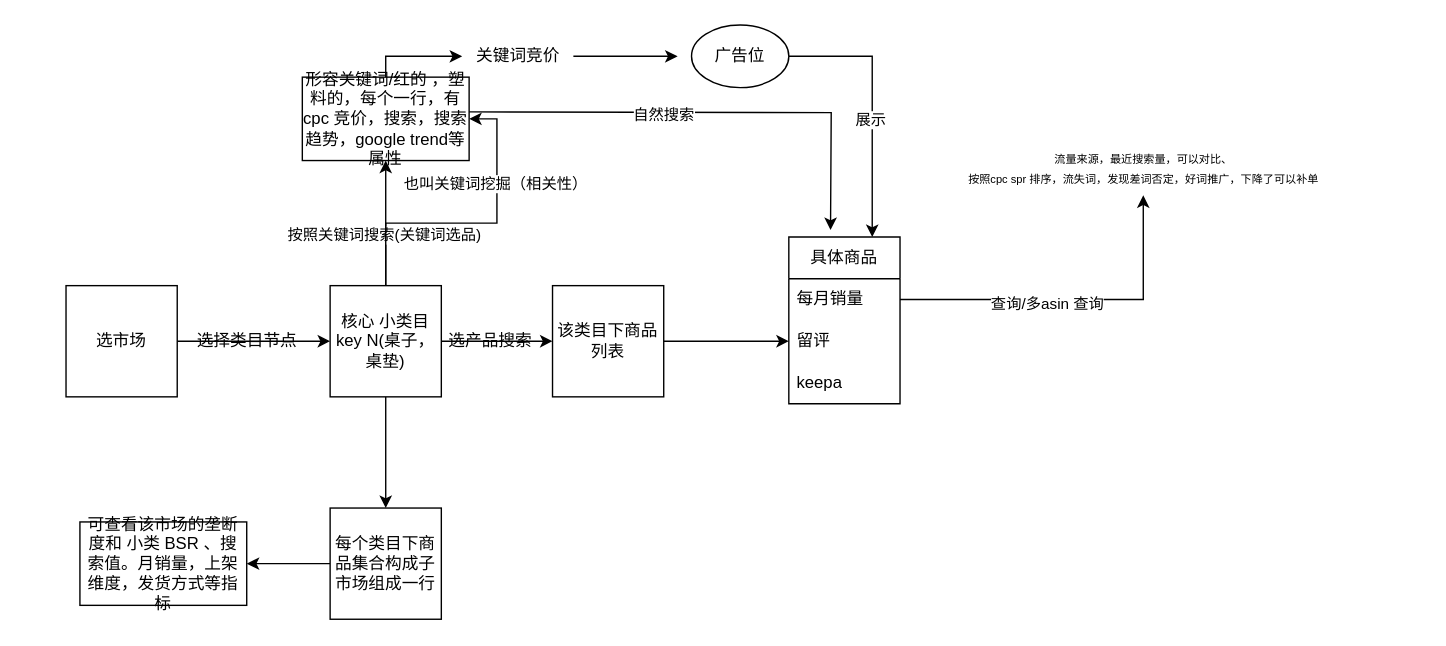
Above: 未命名绘图.drawio in x3hong/algo (draw.io), before the change. Source tidied: cells renumbered, new cells numbered last; positions are measured from the earlier drawing's top-left corner, leaving out a move shared by most shapes. Both pictures are drawn from the tidied source at 139%, with x=0, y=0 at pixel (65, 25).
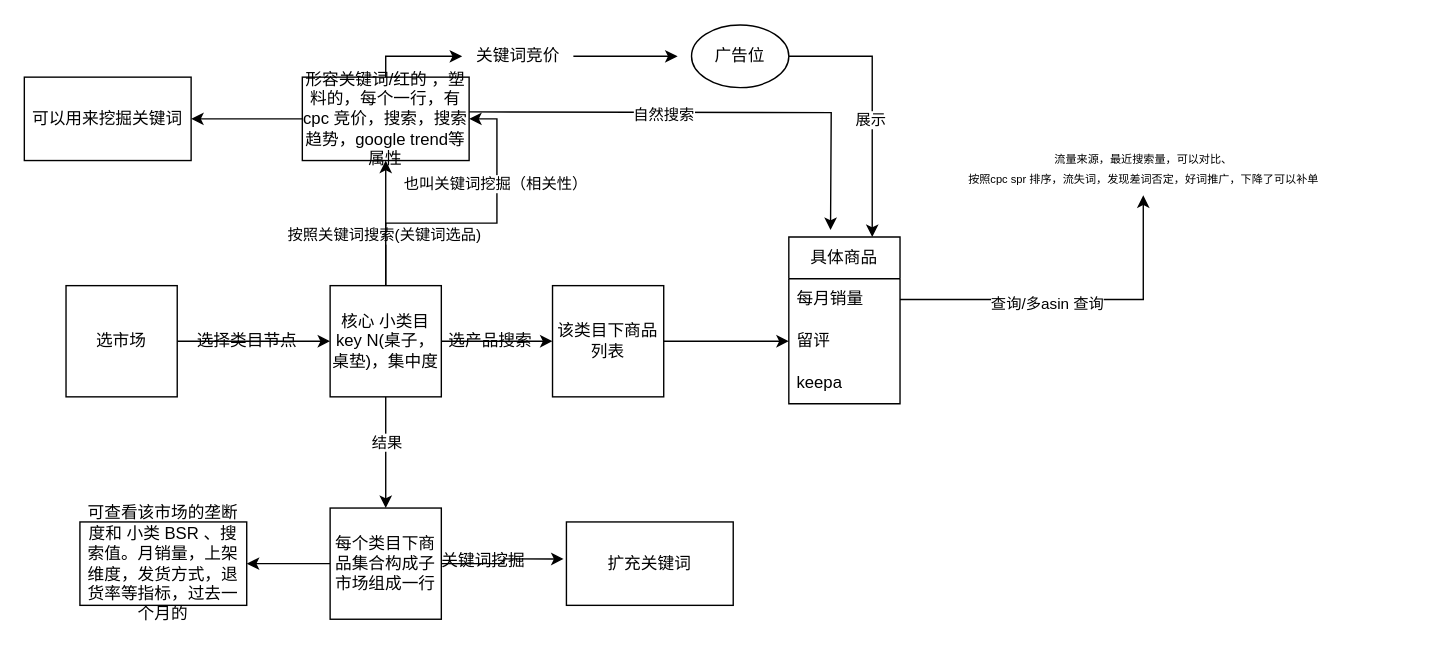
The same diagram, later.

Commit message:
更新未命名绘图.drawio

Unchanged cells that the change refers to:
```xml
<mxCell id="3" style="edgeStyle=orthogonalEdgeStyle;rounded=0;jettySize=auto;html=1;" parent="1" edge="1" source="8" target="16">
  <mxGeometry relative="1" as="geometry" />
</mxCell>
<mxCell id="16" value="每个类目下商品集合构成子市场组成一行" style="whiteSpace=wrap;html=1;" parent="1" vertex="1">
  <mxGeometry x="190" y="347" width="80" height="80" as="geometry" />
</mxCell>
<mxCell id="25" value="形容关键词/红的 ，塑料的，每个一行，有cpc 竞价，搜索，搜索趋势，google trend等属性" style="whiteSpace=wrap;html=1;" parent="1" vertex="1">
  <mxGeometry x="170" y="37" width="120" height="60" as="geometry" />
</mxCell>
```

Diff of the diagram source:
```diff
@@
+    <mxCell id="34" value="结果" style="edgeLabel;html=1;align=center;verticalAlign=middle;" parent="3" vertex="1">
+      <mxGeometry x="-0.2" relative="1" as="geometry" />
+    </mxCell>
@@
-    <mxCell id="8" value="核心 小类目key N(桌子，桌垫)" style="whiteSpace=wrap;html=1;" parent="1" vertex="1">
+    <mxCell id="8" value="核心 小类目key N(桌子，桌垫)，集中度" style="whiteSpace=wrap;html=1;" parent="1" vertex="1">
       <mxGeometry x="190" y="187" width="80" height="80" as="geometry" />
     </mxCell>
@@
+    <mxCell id="35" style="edgeStyle=orthogonalEdgeStyle;rounded=0;jettySize=auto;html=1;entryX=-0.017;entryY=0.444;entryDx=0;entryDy=0;entryPerimeter=0;" parent="1" edge="1" source="16" target="38">
+      <mxGeometry relative="1" as="geometry" />
+    </mxCell>
@@
-    <mxCell id="17" value="可查看该市场的垄断度和 小类 BSR 、搜索值。月销量，上架维度，发货方式等指标" style="whiteSpace=wrap;html=1;" parent="1" vertex="1">
+    <mxCell id="17" value="可查看该市场的垄断度和 小类 BSR 、搜索值。月销量，上架维度，发货方式，退货率等指标，过去一个月的" style="whiteSpace=wrap;html=1;" parent="1" vertex="1">
       <mxGeometry x="10" y="357" width="120" height="60" as="geometry" />
     </mxCell>
@@
+    <mxCell id="36" style="edgeStyle=orthogonalEdgeStyle;rounded=0;jettySize=auto;html=1;" parent="1" edge="1" source="25" target="37">
+      <mxGeometry relative="1" as="geometry" />
+    </mxCell>
@@
+    <mxCell id="37" value="可以用来挖掘关键词" style="whiteSpace=wrap;html=1;" parent="1" vertex="1">
+      <mxGeometry x="-30" y="37" width="120" height="60" as="geometry" />
+    </mxCell>
+    <mxCell id="38" value="扩充关键词" style="rounded=0;whiteSpace=wrap;html=1;" parent="1" vertex="1">
+      <mxGeometry x="360" y="357" width="120" height="60" as="geometry" />
+    </mxCell>
+    <mxCell id="39" value="关键词挖掘" style="text;html=1;align=center;verticalAlign=middle;strokeColor=none;fillColor=none;" parent="1" vertex="1">
+      <mxGeometry x="260" y="370" width="80" height="30" as="geometry" />
+    </mxCell>
```
